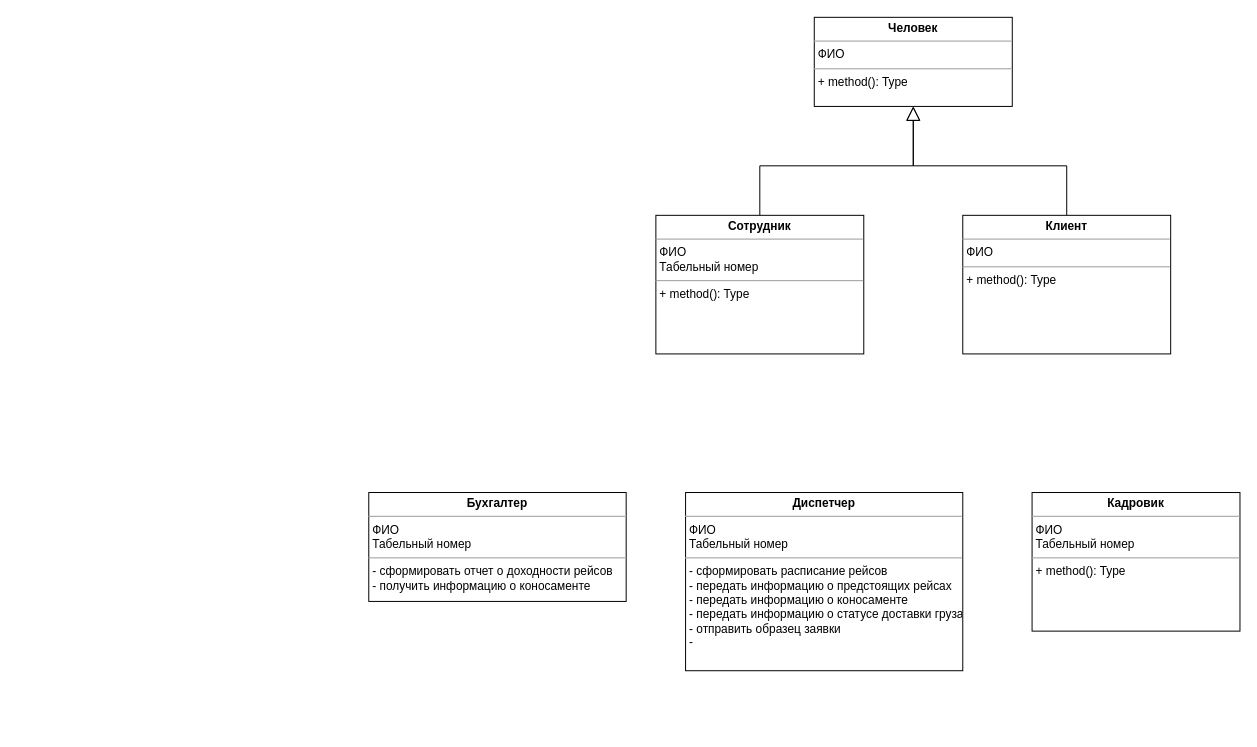
The draw.io diagram ObjectModel.drawio in BoysGang/ShippingCompany, before the edit. Source tidied: cells renumbered, new cells numbered last; positions are measured from the earlier drawing's top-left corner, leaving out a move shared by most shapes. Both pictures are drawn from the tidied source at 99%, with x=0, y=0 at pixel (368, 17).
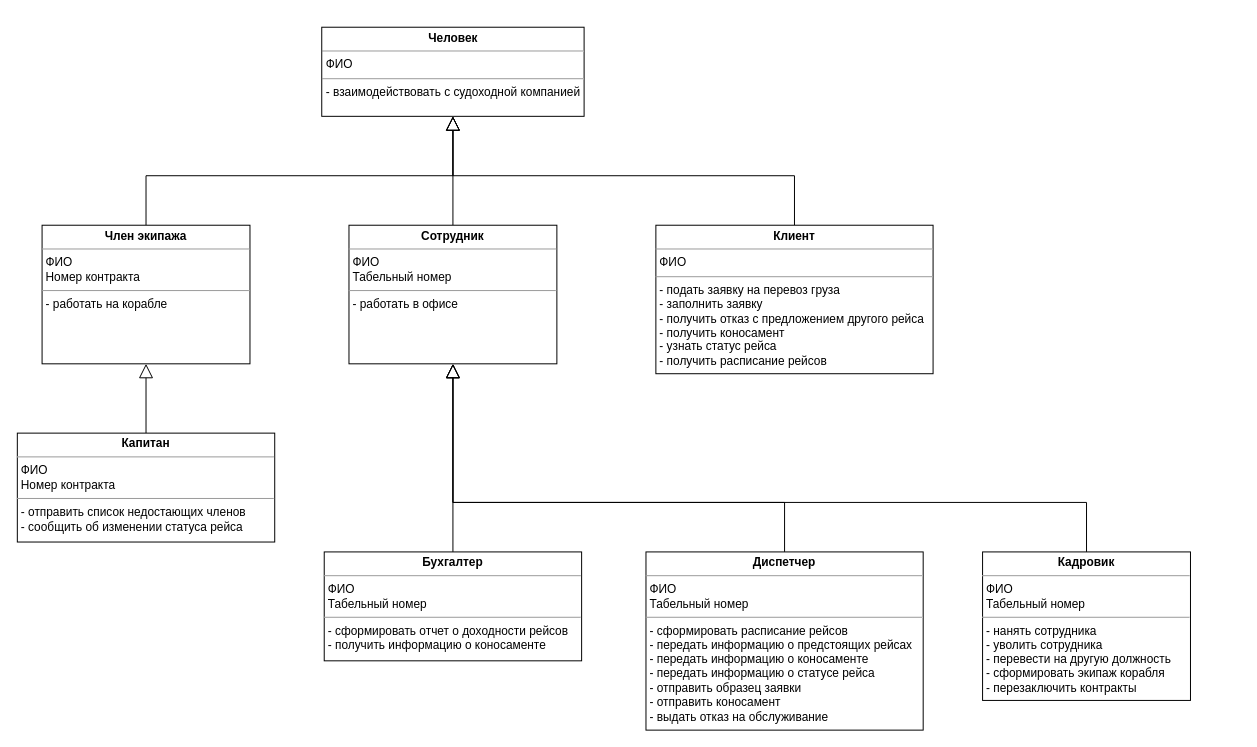
The same diagram, later.

Change to the diagram source:
```diff
@@
-    <mxCell id="2" value="&lt;p style=&quot;margin: 0px ; margin-top: 4px ; text-align: center&quot;&gt;&lt;b&gt;Человек&lt;/b&gt;&lt;/p&gt;&lt;hr size=&quot;1&quot;&gt;&lt;p style=&quot;margin: 0px ; margin-left: 4px&quot;&gt;ФИО&lt;/p&gt;&lt;hr size=&quot;1&quot;&gt;&lt;p style=&quot;margin: 0px ; margin-left: 4px&quot;&gt;+ method(): Type&lt;/p&gt;" style="verticalAlign=top;align=left;overflow=fill;fontSize=12;fontFamily=Helvetica;html=1;" parent="1" vertex="1">
-      <mxGeometry x="450" width="200" height="90" as="geometry" />
+    <mxCell id="2" value="&lt;p style=&quot;margin: 0px ; margin-top: 4px ; text-align: center&quot;&gt;&lt;b&gt;Человек&lt;/b&gt;&lt;/p&gt;&lt;hr size=&quot;1&quot;&gt;&lt;p style=&quot;margin: 0px ; margin-left: 4px&quot;&gt;ФИО&lt;/p&gt;&lt;hr size=&quot;1&quot;&gt;&lt;p style=&quot;margin: 0px ; margin-left: 4px&quot;&gt;- взаимодействовать с судоходной компанией&lt;/p&gt;" style="verticalAlign=top;align=left;overflow=fill;fontSize=12;fontFamily=Helvetica;html=1;" parent="1" vertex="1">
+      <mxGeometry x="-47.5" y="10" width="265" height="90" as="geometry" />
     </mxCell>
@@
-    <mxCell id="4" value="&lt;p style=&quot;margin: 0px ; margin-top: 4px ; text-align: center&quot;&gt;&lt;b&gt;Сотрудник&lt;/b&gt;&lt;/p&gt;&lt;hr size=&quot;1&quot;&gt;&lt;p style=&quot;margin: 0px ; margin-left: 4px&quot;&gt;ФИО&lt;/p&gt;&lt;p style=&quot;margin: 0px ; margin-left: 4px&quot;&gt;Табельный номер&lt;/p&gt;&lt;hr size=&quot;1&quot;&gt;&lt;p style=&quot;margin: 0px ; margin-left: 4px&quot;&gt;+ method(): Type&lt;/p&gt;" style="verticalAlign=top;align=left;overflow=fill;fontSize=12;fontFamily=Helvetica;html=1;" parent="1" vertex="1">
-      <mxGeometry x="290" y="200" width="210" height="140" as="geometry" />
+    <mxCell id="4" value="&lt;p style=&quot;margin: 0px ; margin-top: 4px ; text-align: center&quot;&gt;&lt;b&gt;Сотрудник&lt;/b&gt;&lt;/p&gt;&lt;hr size=&quot;1&quot;&gt;&lt;p style=&quot;margin: 0px ; margin-left: 4px&quot;&gt;ФИО&lt;/p&gt;&lt;p style=&quot;margin: 0px ; margin-left: 4px&quot;&gt;Табельный номер&lt;/p&gt;&lt;hr size=&quot;1&quot;&gt;&lt;p style=&quot;margin: 0px ; margin-left: 4px&quot;&gt;- работать в офисе&lt;/p&gt;" style="verticalAlign=top;align=left;overflow=fill;fontSize=12;fontFamily=Helvetica;html=1;" parent="1" vertex="1">
+      <mxGeometry x="-20" y="210" width="210" height="140" as="geometry" />
     </mxCell>
-    <mxCell id="5" style="edgeStyle=orthogonalEdgeStyle;rounded=0;jettySize=auto;html=1;entryX=0.5;entryY=1;entryDx=0;entryDy=0;endArrow=block;endFill=0;endSize=12;strokeWidth=1;" parent="1" edge="1" source="6" target="2">
-      <mxGeometry relative="1" as="geometry" />
+    <mxCell id="5" style="edgeStyle=orthogonalEdgeStyle;rounded=0;jettySize=auto;html=1;entryX=0.5;entryY=1;entryDx=0;entryDy=0;endArrow=block;endFill=0;endSize=12;strokeWidth=1;exitX=0.5;exitY=0;exitDx=0;exitDy=0;" parent="1" edge="1" source="6" target="2">
+      <mxGeometry relative="1" as="geometry">
+        <Array as="points">
+          <mxPoint x="430" y="160" />
+          <mxPoint x="85" y="160" />
+        </Array>
+      </mxGeometry>
     </mxCell>
-    <mxCell id="6" value="&lt;p style=&quot;margin: 0px ; margin-top: 4px ; text-align: center&quot;&gt;&lt;b&gt;Клиент&lt;/b&gt;&lt;/p&gt;&lt;hr size=&quot;1&quot;&gt;&lt;p style=&quot;margin: 0px ; margin-left: 4px&quot;&gt;ФИО&lt;/p&gt;&lt;hr size=&quot;1&quot;&gt;&lt;p style=&quot;margin: 0px ; margin-left: 4px&quot;&gt;+ method(): Type&lt;/p&gt;" style="verticalAlign=top;align=left;overflow=fill;fontSize=12;fontFamily=Helvetica;html=1;" parent="1" vertex="1">
-      <mxGeometry x="600" y="200" width="210" height="140" as="geometry" />
+    <mxCell id="6" value="&lt;p style=&quot;margin: 0px ; margin-top: 4px ; text-align: center&quot;&gt;&lt;b&gt;Клиент&lt;/b&gt;&lt;/p&gt;&lt;hr size=&quot;1&quot;&gt;&lt;p style=&quot;margin: 0px ; margin-left: 4px&quot;&gt;ФИО&lt;/p&gt;&lt;hr size=&quot;1&quot;&gt;&lt;p style=&quot;margin: 0px ; margin-left: 4px&quot;&gt;- подать заявку на перевоз груза&lt;/p&gt;&lt;p style=&quot;margin: 0px ; margin-left: 4px&quot;&gt;- заполнить заявку&lt;/p&gt;&lt;p style=&quot;margin: 0px ; margin-left: 4px&quot;&gt;- получить отказ с предложением другого рейса&lt;/p&gt;&lt;p style=&quot;margin: 0px ; margin-left: 4px&quot;&gt;- получить коносамент&lt;/p&gt;&lt;p style=&quot;margin: 0px ; margin-left: 4px&quot;&gt;- узнать статус рейса&lt;/p&gt;&lt;p style=&quot;margin: 0px ; margin-left: 4px&quot;&gt;- получить расписание рейсов&lt;/p&gt;&lt;p style=&quot;margin: 0px ; margin-left: 4px&quot;&gt;&lt;br&gt;&lt;/p&gt;" style="verticalAlign=top;align=left;overflow=fill;fontSize=12;fontFamily=Helvetica;html=1;" parent="1" vertex="1">
+      <mxGeometry x="290" y="210" width="280" height="150" as="geometry" />
     </mxCell>
+    <mxCell id="10" style="edgeStyle=orthogonalEdgeStyle;rounded=0;jettySize=auto;html=1;entryX=0.5;entryY=1;entryDx=0;entryDy=0;endArrow=block;endFill=0;endSize=12;strokeWidth=1;" parent="1" edge="1" source="7" target="4">
+      <mxGeometry relative="1" as="geometry" />
+    </mxCell>
     <mxCell id="7" value="&lt;p style=&quot;margin: 0px ; margin-top: 4px ; text-align: center&quot;&gt;&lt;b&gt;Бухгалтер&lt;/b&gt;&lt;/p&gt;&lt;hr size=&quot;1&quot;&gt;&lt;p style=&quot;margin: 0px ; margin-left: 4px&quot;&gt;ФИО&lt;/p&gt;&lt;p style=&quot;margin: 0px ; margin-left: 4px&quot;&gt;Табельный номер&lt;/p&gt;&lt;hr size=&quot;1&quot;&gt;&lt;p style=&quot;margin: 0px ; margin-left: 4px&quot;&gt;- сформировать отчет о доходности рейсов&lt;/p&gt;&lt;p style=&quot;margin: 0px ; margin-left: 4px&quot;&gt;- получить информацию о коносаменте&lt;/p&gt;&lt;p style=&quot;margin: 0px ; margin-left: 4px&quot;&gt;&lt;br&gt;&lt;/p&gt;" style="verticalAlign=top;align=left;overflow=fill;fontSize=12;fontFamily=Helvetica;html=1;" parent="1" vertex="1">
-      <mxGeometry y="480" width="260" height="110" as="geometry" />
+      <mxGeometry x="-45" y="540" width="260" height="110" as="geometry" />
     </mxCell>
+    <mxCell id="11" style="edgeStyle=orthogonalEdgeStyle;rounded=0;jettySize=auto;html=1;entryX=0.5;entryY=1;entryDx=0;entryDy=0;endArrow=block;endFill=0;endSize=12;strokeWidth=1;" parent="1" edge="1" source="8" target="4">
+      <mxGeometry relative="1" as="geometry">
+        <Array as="points">
+          <mxPoint x="420" y="490" />
+          <mxPoint x="85" y="490" />
+        </Array>
+      </mxGeometry>
+    </mxCell>
-    <mxCell id="8" value="&lt;p style=&quot;margin: 0px ; margin-top: 4px ; text-align: center&quot;&gt;&lt;b&gt;Диспетчер&lt;/b&gt;&lt;/p&gt;&lt;hr size=&quot;1&quot;&gt;&lt;p style=&quot;margin: 0px ; margin-left: 4px&quot;&gt;ФИО&lt;/p&gt;&lt;p style=&quot;margin: 0px ; margin-left: 4px&quot;&gt;Табельный номер&lt;/p&gt;&lt;hr size=&quot;1&quot;&gt;&lt;p style=&quot;margin: 0px ; margin-left: 4px&quot;&gt;- сформировать расписание рейсов&lt;/p&gt;&lt;p style=&quot;margin: 0px ; margin-left: 4px&quot;&gt;- передать информацию о предстоящих рейсах&lt;/p&gt;&lt;p style=&quot;margin: 0px ; margin-left: 4px&quot;&gt;- передать информацию о коносаменте&lt;/p&gt;&lt;p style=&quot;margin: 0px ; margin-left: 4px&quot;&gt;- передать информацию о статусе доставки груза&lt;/p&gt;&lt;p style=&quot;margin: 0px ; margin-left: 4px&quot;&gt;- отправить образец заявки&lt;/p&gt;&lt;p style=&quot;margin: 0px ; margin-left: 4px&quot;&gt;-&amp;nbsp;&lt;/p&gt;" style="verticalAlign=top;align=left;overflow=fill;fontSize=12;fontFamily=Helvetica;html=1;" parent="1" vertex="1">
-      <mxGeometry x="320" y="480" width="280" height="180" as="geometry" />
+    <mxCell id="8" value="&lt;p style=&quot;margin: 0px ; margin-top: 4px ; text-align: center&quot;&gt;&lt;b&gt;Диспетчер&lt;/b&gt;&lt;/p&gt;&lt;hr size=&quot;1&quot;&gt;&lt;p style=&quot;margin: 0px ; margin-left: 4px&quot;&gt;ФИО&lt;/p&gt;&lt;p style=&quot;margin: 0px ; margin-left: 4px&quot;&gt;Табельный номер&lt;/p&gt;&lt;hr size=&quot;1&quot;&gt;&lt;p style=&quot;margin: 0px ; margin-left: 4px&quot;&gt;- сформировать расписание рейсов&lt;/p&gt;&lt;p style=&quot;margin: 0px ; margin-left: 4px&quot;&gt;- передать информацию о предстоящих рейсах&lt;/p&gt;&lt;p style=&quot;margin: 0px ; margin-left: 4px&quot;&gt;- передать информацию о коносаменте&lt;/p&gt;&lt;p style=&quot;margin: 0px ; margin-left: 4px&quot;&gt;- передать информацию о статусе рейса&lt;/p&gt;&lt;p style=&quot;margin: 0px ; margin-left: 4px&quot;&gt;- отправить образец заявки&lt;/p&gt;&lt;p style=&quot;margin: 0px ; margin-left: 4px&quot;&gt;- отправить коносамент&lt;/p&gt;&lt;p style=&quot;margin: 0px ; margin-left: 4px&quot;&gt;- выдать отказ на обслуживание&lt;/p&gt;" style="verticalAlign=top;align=left;overflow=fill;fontSize=12;fontFamily=Helvetica;html=1;" parent="1" vertex="1">
+      <mxGeometry x="280" y="540" width="280" height="180" as="geometry" />
     </mxCell>
+    <mxCell id="12" style="edgeStyle=orthogonalEdgeStyle;rounded=0;jettySize=auto;html=1;entryX=0.5;entryY=1;entryDx=0;entryDy=0;endArrow=block;endFill=0;endSize=12;strokeWidth=1;" parent="1" edge="1" source="9" target="4">
+      <mxGeometry relative="1" as="geometry">
+        <Array as="points">
+          <mxPoint x="725" y="490" />
+          <mxPoint x="85" y="490" />
+        </Array>
+      </mxGeometry>
+    </mxCell>
-    <mxCell id="9" value="&lt;p style=&quot;margin: 0px ; margin-top: 4px ; text-align: center&quot;&gt;&lt;b&gt;Кадровик&lt;/b&gt;&lt;/p&gt;&lt;hr size=&quot;1&quot;&gt;&lt;p style=&quot;margin: 0px ; margin-left: 4px&quot;&gt;ФИО&lt;/p&gt;&lt;p style=&quot;margin: 0px ; margin-left: 4px&quot;&gt;Табельный номер&lt;/p&gt;&lt;hr size=&quot;1&quot;&gt;&lt;p style=&quot;margin: 0px ; margin-left: 4px&quot;&gt;+ method(): Type&lt;/p&gt;" style="verticalAlign=top;align=left;overflow=fill;fontSize=12;fontFamily=Helvetica;html=1;" parent="1" vertex="1">
-      <mxGeometry x="670" y="480" width="210" height="140" as="geometry" />
+    <mxCell id="9" value="&lt;p style=&quot;margin: 0px ; margin-top: 4px ; text-align: center&quot;&gt;&lt;b&gt;Кадровик&lt;/b&gt;&lt;/p&gt;&lt;hr size=&quot;1&quot;&gt;&lt;p style=&quot;margin: 0px ; margin-left: 4px&quot;&gt;ФИО&lt;/p&gt;&lt;p style=&quot;margin: 0px ; margin-left: 4px&quot;&gt;Табельный номер&lt;/p&gt;&lt;hr size=&quot;1&quot;&gt;&lt;p style=&quot;margin: 0px ; margin-left: 4px&quot;&gt;- нанять сотрудника&lt;/p&gt;&lt;p style=&quot;margin: 0px ; margin-left: 4px&quot;&gt;- уволить сотрудника&lt;/p&gt;&lt;p style=&quot;margin: 0px ; margin-left: 4px&quot;&gt;- перевести на другую должность&lt;/p&gt;&lt;p style=&quot;margin: 0px ; margin-left: 4px&quot;&gt;- сформировать экипаж корабля&lt;/p&gt;&lt;p style=&quot;margin: 0px ; margin-left: 4px&quot;&gt;- перезаключить контракты&lt;/p&gt;" style="verticalAlign=top;align=left;overflow=fill;fontSize=12;fontFamily=Helvetica;html=1;" parent="1" vertex="1">
+      <mxGeometry x="620" y="540" width="210" height="150" as="geometry" />
     </mxCell>
+    <mxCell id="13" style="edgeStyle=orthogonalEdgeStyle;rounded=0;jettySize=auto;html=1;entryX=0.5;entryY=1;entryDx=0;entryDy=0;endArrow=block;endFill=0;endSize=12;strokeWidth=1;" parent="1" edge="1" source="14" target="2">
+      <mxGeometry relative="1" as="geometry">
+        <Array as="points">
+          <mxPoint x="-225" y="160" />
+          <mxPoint x="85" y="160" />
+        </Array>
+      </mxGeometry>
+    </mxCell>
+    <mxCell id="14" value="&lt;p style=&quot;margin: 0px ; margin-top: 4px ; text-align: center&quot;&gt;&lt;b&gt;Член экипажа&lt;/b&gt;&lt;/p&gt;&lt;hr size=&quot;1&quot;&gt;&lt;p style=&quot;margin: 0px ; margin-left: 4px&quot;&gt;ФИО&lt;/p&gt;&lt;p style=&quot;margin: 0px ; margin-left: 4px&quot;&gt;Номер контракта&lt;/p&gt;&lt;hr size=&quot;1&quot;&gt;&lt;p style=&quot;margin: 0px ; margin-left: 4px&quot;&gt;- работать на корабле&lt;/p&gt;" style="verticalAlign=top;align=left;overflow=fill;fontSize=12;fontFamily=Helvetica;html=1;" parent="1" vertex="1">
+      <mxGeometry x="-330" y="210" width="210" height="140" as="geometry" />
+    </mxCell>
+    <mxCell id="15" style="edgeStyle=orthogonalEdgeStyle;rounded=0;jettySize=auto;html=1;entryX=0.5;entryY=1;entryDx=0;entryDy=0;endArrow=block;endFill=0;endSize=12;strokeWidth=1;" parent="1" edge="1" source="16" target="14">
+      <mxGeometry relative="1" as="geometry" />
+    </mxCell>
+    <mxCell id="16" value="&lt;p style=&quot;margin: 0px ; margin-top: 4px ; text-align: center&quot;&gt;&lt;b&gt;Капитан&lt;/b&gt;&lt;/p&gt;&lt;hr size=&quot;1&quot;&gt;&lt;p style=&quot;margin: 0px ; margin-left: 4px&quot;&gt;ФИО&lt;/p&gt;&lt;p style=&quot;margin: 0px ; margin-left: 4px&quot;&gt;Номер контракта&lt;/p&gt;&lt;hr size=&quot;1&quot;&gt;&lt;p style=&quot;margin: 0px ; margin-left: 4px&quot;&gt;- отправить список недостающих членов&lt;/p&gt;&lt;p style=&quot;margin: 0px ; margin-left: 4px&quot;&gt;- сообщить об изменении статуса рейса&lt;/p&gt;&lt;p style=&quot;margin: 0px ; margin-left: 4px&quot;&gt;&lt;br&gt;&lt;/p&gt;" style="verticalAlign=top;align=left;overflow=fill;fontSize=12;fontFamily=Helvetica;html=1;" parent="1" vertex="1">
+      <mxGeometry x="-355" y="420" width="260" height="110" as="geometry" />
+    </mxCell>
```
